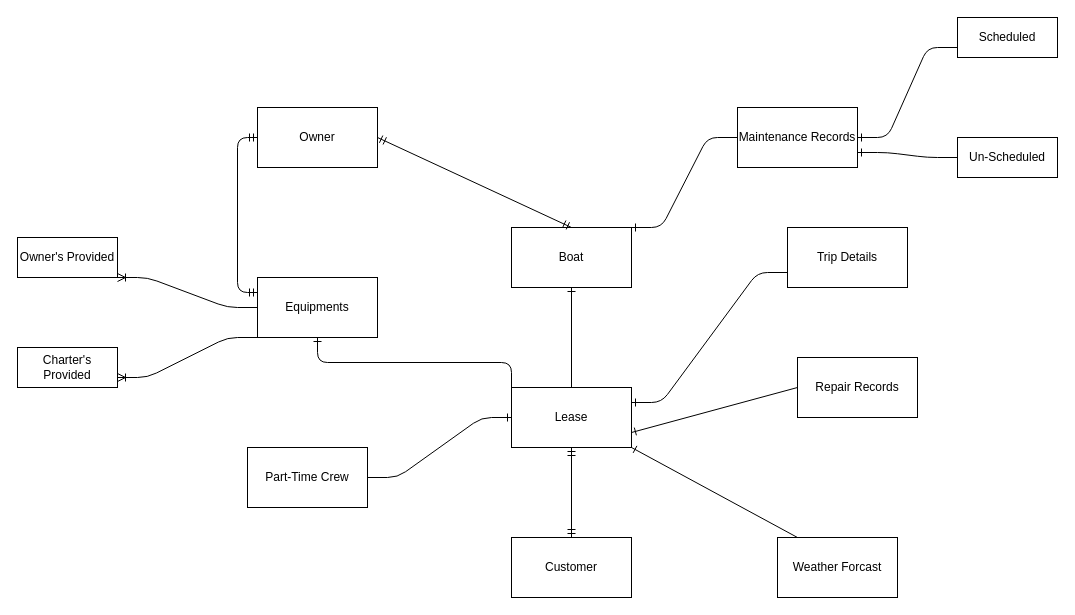
Earlier version of the draw.io diagram Assignment.drawio (mysterioman14/Complete-Python-3-Bootcamp). Source tidied: cells renumbered, new cells numbered last; positions are measured from the earlier drawing's top-left corner, leaving out a move shared by most shapes. Both pictures are drawn from the tidied source at 100%, with x=0, y=0 at pixel (17, 17).
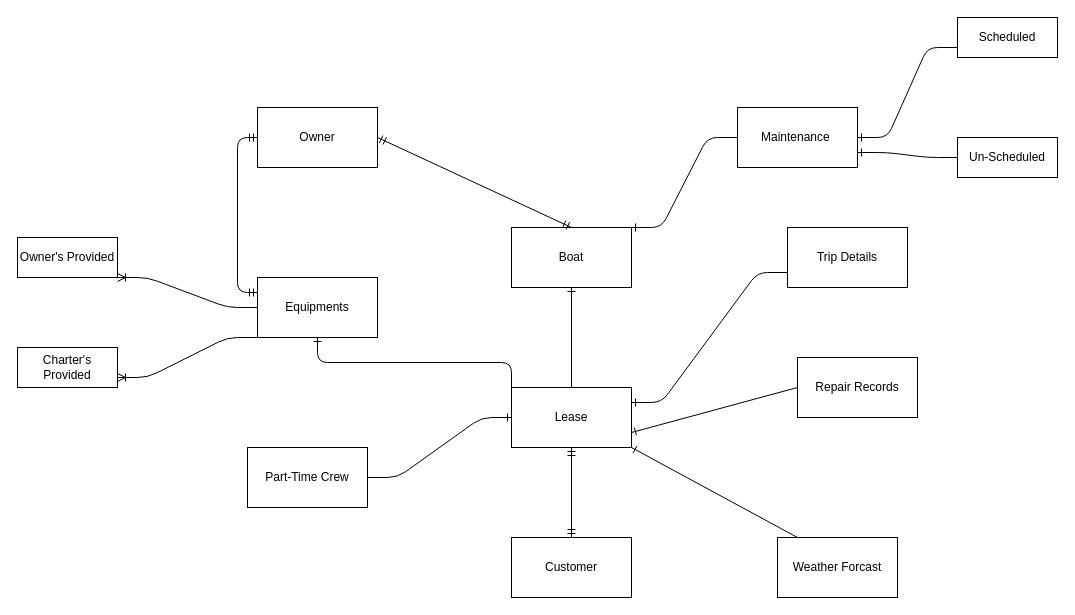
The same page after the edit.

Change to the diagram source:
```diff
@@
-    <mxCell id="10" value="Maintenance Records" style="rounded=0;whiteSpace=wrap;html=1;" parent="1" vertex="1">
+    <mxCell id="10" value="Maintenance&amp;nbsp;" style="rounded=0;whiteSpace=wrap;html=1;" parent="1" vertex="1">
       <mxGeometry x="720" y="90" width="120" height="60" as="geometry" />
     </mxCell>
```
